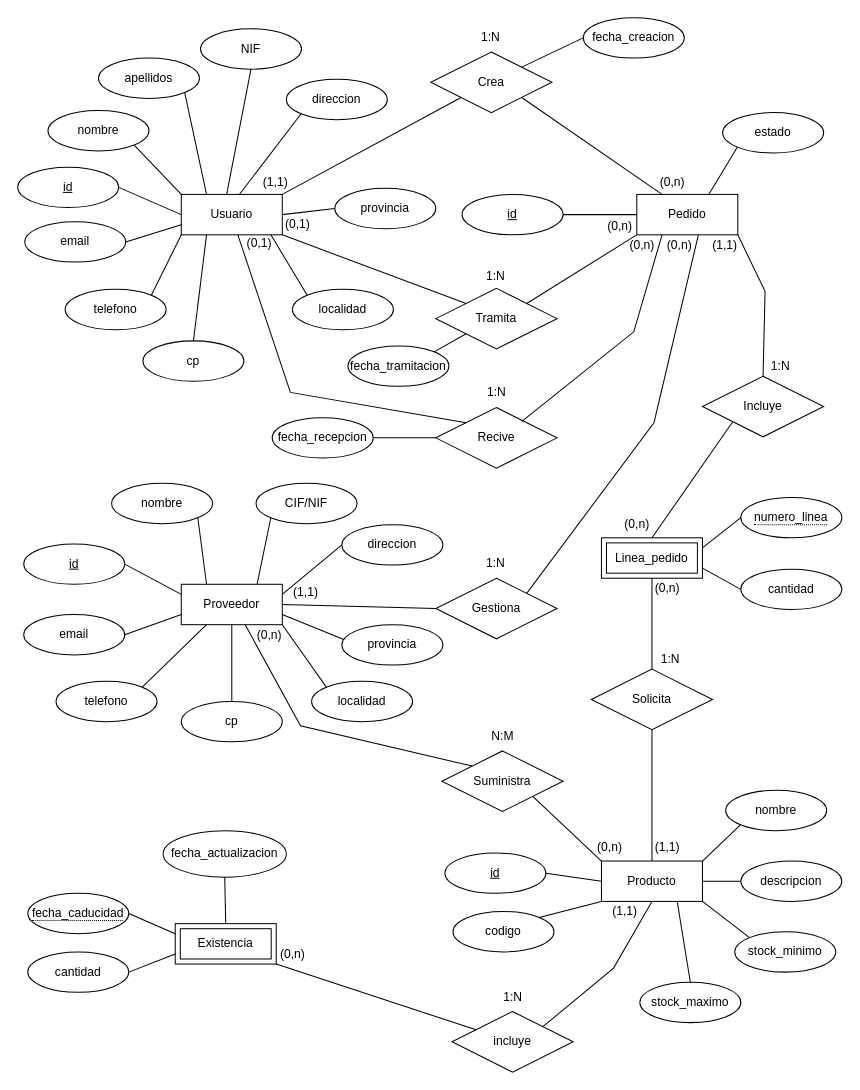
mariopr25/StockAlmacen-ER keeps this draw.io diagram as Diagrama sin título.drawio. Above is the earlier version. Source tidied: cells renumbered, new cells numbered last; positions are measured from the earlier drawing's top-left corner, leaving out a move shared by most shapes. Both pictures are drawn from the tidied source at 101%, with x=0, y=0 at pixel (17, 17).
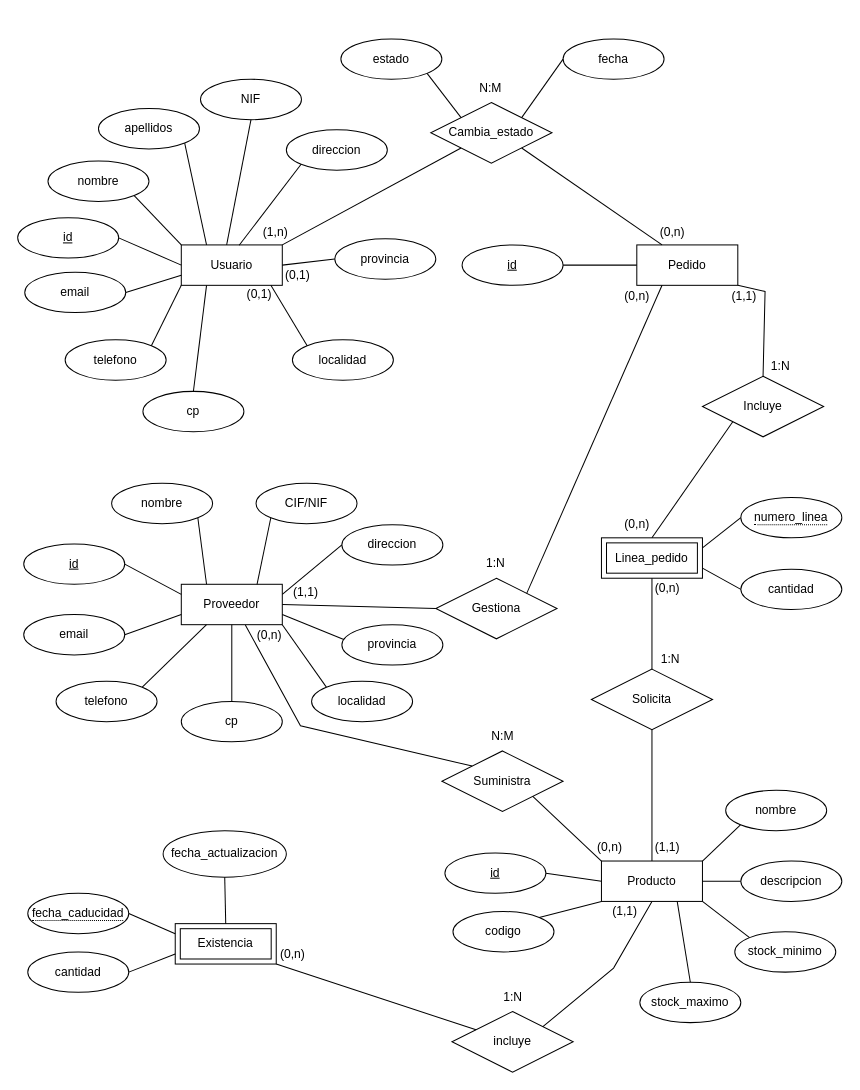
The same diagram, later.

Commit message:
Eliminadas las multiples relaciones para los cambios de estado y añadido una única general para todos ellos

The change refers to these unchanged cells:
```xml
<mxCell id="87" value="Gestiona" style="shape=rhombus;perimeter=rhombusPerimeter;whiteSpace=wrap;html=1;align=center;" parent="1" vertex="1">
  <mxGeometry x="414" y="555" width="120" height="60" as="geometry" />
</mxCell>
```

Change to the diagram source:
```diff
@@
     <mxCell id="2" value="&lt;div&gt;Usuario&lt;/div&gt;" style="whiteSpace=wrap;html=1;align=center;" parent="1" vertex="1">
-      <mxGeometry x="162" y="175" width="100" height="40" as="geometry" />
+      <mxGeometry x="162" y="225" width="100" height="40" as="geometry" />
     </mxCell>
     <mxCell id="3" value="&lt;div&gt;id&lt;/div&gt;" style="ellipse;whiteSpace=wrap;html=1;align=center;fontStyle=4;" parent="1" vertex="1">
-      <mxGeometry y="148" width="100" height="40" as="geometry" />
+      <mxGeometry y="198" width="100" height="40" as="geometry" />
     </mxCell>
     <mxCell id="4" value="nombre" style="ellipse;whiteSpace=wrap;html=1;align=center;" parent="1" vertex="1">
-      <mxGeometry x="30" y="92" width="100" height="40" as="geometry" />
+      <mxGeometry x="30" y="142" width="100" height="40" as="geometry" />
     </mxCell>
     <mxCell id="5" value="apellidos" style="ellipse;whiteSpace=wrap;html=1;align=center;" parent="1" vertex="1">
-      <mxGeometry x="80" y="40" width="100" height="40" as="geometry" />
+      <mxGeometry x="80" y="90" width="100" height="40" as="geometry" />
     </mxCell>
     <mxCell id="6" value="&lt;div&gt;NIF&lt;/div&gt;" style="ellipse;whiteSpace=wrap;html=1;align=center;" parent="1" vertex="1">
-      <mxGeometry x="181" y="11" width="100" height="40" as="geometry" />
+      <mxGeometry x="181" y="61" width="100" height="40" as="geometry" />
     </mxCell>
     <mxCell id="7" value="direccion" style="ellipse;whiteSpace=wrap;html=1;align=center;" parent="1" vertex="1">
-      <mxGeometry x="266" y="61" width="100" height="40" as="geometry" />
+      <mxGeometry x="266" y="111" width="100" height="40" as="geometry" />
     </mxCell>
     <mxCell id="8" value="provincia" style="ellipse;whiteSpace=wrap;html=1;align=center;" parent="1" vertex="1">
-      <mxGeometry x="314" y="169" width="100" height="40" as="geometry" />
+      <mxGeometry x="314" y="219" width="100" height="40" as="geometry" />
     </mxCell>
     <mxCell id="9" value="localidad" style="ellipse;whiteSpace=wrap;html=1;align=center;" parent="1" vertex="1">
-      <mxGeometry x="272" y="269" width="100" height="40" as="geometry" />
+      <mxGeometry x="272" y="319" width="100" height="40" as="geometry" />
     </mxCell>
     <mxCell id="10" value="&lt;div&gt;cp&lt;/div&gt;" style="ellipse;whiteSpace=wrap;html=1;align=center;" parent="1" vertex="1">
-      <mxGeometry x="124" y="320" width="100" height="40" as="geometry" />
+      <mxGeometry x="124" y="370" width="100" height="40" as="geometry" />
     </mxCell>
     <mxCell id="11" value="email" style="ellipse;whiteSpace=wrap;html=1;align=center;" parent="1" vertex="1">
-      <mxGeometry x="7" y="202" width="100" height="40" as="geometry" />
+      <mxGeometry x="7" y="252" width="100" height="40" as="geometry" />
     </mxCell>
     <mxCell id="12" value="telefono" style="ellipse;whiteSpace=wrap;html=1;align=center;" parent="1" vertex="1">
-      <mxGeometry x="47" y="269" width="100" height="40" as="geometry" />
+      <mxGeometry x="47" y="319" width="100" height="40" as="geometry" />
     </mxCell>
@@
     <mxCell id="55" value="Pedido" style="whiteSpace=wrap;html=1;align=center;" parent="1" vertex="1">
-      <mxGeometry x="613" y="175" width="100" height="40" as="geometry" />
+      <mxGeometry x="613" y="225" width="100" height="40" as="geometry" />
     </mxCell>
     <mxCell id="56" value="&lt;div&gt;id&lt;/div&gt;" style="ellipse;whiteSpace=wrap;html=1;align=center;fontStyle=4;" parent="1" vertex="1">
-      <mxGeometry x="440" y="175" width="100" height="40" as="geometry" />
+      <mxGeometry x="440" y="225" width="100" height="40" as="geometry" />
     </mxCell>
-    <mxCell id="57" value="fecha_creacion" style="ellipse;whiteSpace=wrap;html=1;align=center;" parent="1" vertex="1">
-      <mxGeometry x="560" width="100" height="40" as="geometry" />
+    <mxCell id="57" value="fecha" style="ellipse;whiteSpace=wrap;html=1;align=center;" parent="1" vertex="1">
+      <mxGeometry x="540" y="21" width="100" height="40" as="geometry" />
     </mxCell>
-    <mxCell id="58" value="fecha_tramitacion" style="ellipse;whiteSpace=wrap;html=1;align=center;" parent="1" vertex="1">
-      <mxGeometry x="327" y="325" width="100" height="40" as="geometry" />
-    </mxCell>
-    <mxCell id="59" value="fecha_recepcion" style="ellipse;whiteSpace=wrap;html=1;align=center;" parent="1" vertex="1">
-      <mxGeometry x="252" y="396" width="100" height="40" as="geometry" />
-    </mxCell>
@@
-    <mxCell id="61" style="endArrow=none;html=1;rounded=0;entryX=1;entryY=0.5;entryDx=0;entryDy=0;exitX=0;exitY=0.5;exitDx=0;exitDy=0;" parent="1" edge="1" source="66" target="59">
-      <mxGeometry relative="1" as="geometry" />
-    </mxCell>
-    <mxCell id="62" style="endArrow=none;html=1;rounded=0;entryX=1;entryY=0;entryDx=0;entryDy=0;exitX=0;exitY=1;exitDx=0;exitDy=0;" parent="1" edge="1" source="65" target="58">
-      <mxGeometry relative="1" as="geometry" />
-    </mxCell>
@@
-    <mxCell id="64" value="Crea" style="shape=rhombus;perimeter=rhombusPerimeter;whiteSpace=wrap;html=1;align=center;" parent="1" vertex="1">
-      <mxGeometry x="409" y="34" width="120" height="60" as="geometry" />
+    <mxCell id="64" value="Cambia_estado" style="shape=rhombus;perimeter=rhombusPerimeter;whiteSpace=wrap;html=1;align=center;" parent="1" vertex="1">
+      <mxGeometry x="409" y="84" width="120" height="60" as="geometry" />
     </mxCell>
-    <mxCell id="65" value="Tramita" style="shape=rhombus;perimeter=rhombusPerimeter;whiteSpace=wrap;html=1;align=center;" parent="1" vertex="1">
-      <mxGeometry x="414" y="268" width="120" height="60" as="geometry" />
-    </mxCell>
-    <mxCell id="66" value="Recive" style="shape=rhombus;perimeter=rhombusPerimeter;whiteSpace=wrap;html=1;align=center;" parent="1" vertex="1">
-      <mxGeometry x="414" y="386" width="120" height="60" as="geometry" />
-    </mxCell>
@@
-    <mxCell id="69" style="endArrow=none;html=1;rounded=0;entryX=0;entryY=0;entryDx=0;entryDy=0;exitX=1;exitY=1;exitDx=0;exitDy=0;" parent="1" edge="1" source="2" target="65">
-      <mxGeometry relative="1" as="geometry" />
-    </mxCell>
-    <mxCell id="70" style="endArrow=none;html=1;rounded=0;entryX=0;entryY=1;entryDx=0;entryDy=0;exitX=1;exitY=0;exitDx=0;exitDy=0;" parent="1" edge="1" source="65" target="55">
-      <mxGeometry relative="1" as="geometry" />
-    </mxCell>
-    <mxCell id="71" style="endArrow=none;html=1;rounded=0;entryX=0;entryY=0;entryDx=0;entryDy=0;exitX=0.56;exitY=1.002;exitDx=0;exitDy=0;exitPerimeter=0;" parent="1" edge="1" source="2" target="66">
-      <mxGeometry relative="1" as="geometry">
-        <Array as="points">
-          <mxPoint x="270" y="371" />
-        </Array>
-      </mxGeometry>
-    </mxCell>
-    <mxCell id="72" style="endArrow=none;html=1;rounded=0;entryX=0.25;entryY=1;entryDx=0;entryDy=0;exitX=0.71;exitY=0.228;exitDx=0;exitDy=0;exitPerimeter=0;" parent="1" edge="1" source="66" target="55">
-      <mxGeometry relative="1" as="geometry">
-        <Array as="points">
-          <mxPoint x="610" y="311" />
-        </Array>
-      </mxGeometry>
-    </mxCell>
@@
-    <mxCell id="89" style="endArrow=none;html=1;rounded=0;entryX=1;entryY=0;entryDx=0;entryDy=0;exitX=0.609;exitY=1.008;exitDx=0;exitDy=0;exitPerimeter=0;" parent="1" edge="1" source="55" target="87">
-      <mxGeometry relative="1" as="geometry">
-        <Array as="points">
-          <mxPoint x="630" y="401" />
-        </Array>
-      </mxGeometry>
-    </mxCell>
     <mxCell id="90" value="(0,n)" style="text;html=1;align=center;verticalAlign=middle;strokeColor=none;fillColor=none;" parent="1" vertex="1">
-      <mxGeometry x="623" y="148" width="50" height="30" as="geometry" />
+      <mxGeometry x="623" y="198" width="50" height="30" as="geometry" />
     </mxCell>
-    <mxCell id="91" value="(1,1)" style="text;html=1;align=center;verticalAlign=middle;strokeColor=none;fillColor=none;" parent="1" vertex="1">
-      <mxGeometry x="230" y="148" width="50" height="30" as="geometry" />
+    <mxCell id="91" value="(1,n)" style="text;html=1;align=center;verticalAlign=middle;strokeColor=none;fillColor=none;" parent="1" vertex="1">
+      <mxGeometry x="230" y="198" width="50" height="30" as="geometry" />
     </mxCell>
-    <mxCell id="92" value="1:N" style="text;html=1;align=center;verticalAlign=middle;strokeColor=none;fillColor=none;" parent="1" vertex="1">
-      <mxGeometry x="448" y="5" width="40" height="30" as="geometry" />
+    <mxCell id="92" value="N:M" style="text;html=1;align=center;verticalAlign=middle;strokeColor=none;fillColor=none;" parent="1" vertex="1">
+      <mxGeometry x="443" y="55" width="50" height="30" as="geometry" />
     </mxCell>
-    <mxCell id="93" value="1:N" style="text;html=1;align=center;verticalAlign=middle;strokeColor=none;fillColor=none;" parent="1" vertex="1">
-      <mxGeometry x="453" y="241" width="40" height="30" as="geometry" />
-    </mxCell>
-    <mxCell id="94" value="1:N" style="text;html=1;align=center;verticalAlign=middle;strokeColor=none;fillColor=none;" parent="1" vertex="1">
-      <mxGeometry x="454" y="356" width="40" height="30" as="geometry" />
-    </mxCell>
     <mxCell id="95" value="(0,1)" style="text;html=1;align=center;verticalAlign=middle;strokeColor=none;fillColor=none;" parent="1" vertex="1">
-      <mxGeometry x="252" y="190" width="50" height="30" as="geometry" />
+      <mxGeometry x="252" y="240" width="50" height="30" as="geometry" />
     </mxCell>
     <mxCell id="96" value="(0,1)" style="text;html=1;align=center;verticalAlign=middle;strokeColor=none;fillColor=none;" parent="1" vertex="1">
-      <mxGeometry x="214" y="209" width="50" height="30" as="geometry" />
+      <mxGeometry x="214" y="259" width="50" height="30" as="geometry" />
     </mxCell>
@@
-    <mxCell id="98" value="(0,n)" style="text;html=1;align=center;verticalAlign=middle;strokeColor=none;fillColor=none;" parent="1" vertex="1">
-      <mxGeometry x="571" y="192" width="50" height="30" as="geometry" />
-    </mxCell>
-    <mxCell id="99" value="(0,n)" style="text;html=1;align=center;verticalAlign=middle;strokeColor=none;fillColor=none;" parent="1" vertex="1">
-      <mxGeometry x="593" y="211" width="50" height="30" as="geometry" />
-    </mxCell>
     <mxCell id="100" value="(0,n)" style="text;html=1;align=center;verticalAlign=middle;strokeColor=none;fillColor=none;" parent="1" vertex="1">
-      <mxGeometry x="630" y="211" width="50" height="30" as="geometry" />
+      <mxGeometry x="588" y="261" width="50" height="30" as="geometry" />
     </mxCell>
@@
     <mxCell id="102" value="(1,1)" style="text;html=1;align=center;verticalAlign=middle;strokeColor=none;fillColor=none;" parent="1" vertex="1">
-      <mxGeometry x="675" y="211" width="50" height="30" as="geometry" />
+      <mxGeometry x="694" y="261" width="50" height="30" as="geometry" />
     </mxCell>
@@
     <mxCell id="124" value="estado" style="ellipse;whiteSpace=wrap;html=1;align=center;" parent="1" vertex="1">
-      <mxGeometry x="698" y="94" width="100" height="40" as="geometry" />
+      <mxGeometry x="320" y="21" width="100" height="40" as="geometry" />
     </mxCell>
-    <mxCell id="125" style="endArrow=none;html=1;rounded=0;entryX=0;entryY=1;entryDx=0;entryDy=0;exitX=0.711;exitY=0.007;exitDx=0;exitDy=0;exitPerimeter=0;" parent="1" edge="1" source="55" target="124">
+    <mxCell id="125" style="endArrow=none;html=1;rounded=0;entryX=1;entryY=1;entryDx=0;entryDy=0;exitX=0;exitY=0;exitDx=0;exitDy=0;" parent="1" edge="1" source="64" target="124">
       <mxGeometry relative="1" as="geometry" />
     </mxCell>
+    <mxCell id="126" style="endArrow=none;html=1;rounded=0;exitX=1;exitY=0;exitDx=0;exitDy=0;entryX=0.25;entryY=1;entryDx=0;entryDy=0;" parent="1" edge="1" source="87" target="55">
+      <mxGeometry relative="1" as="geometry" />
+    </mxCell>
```
